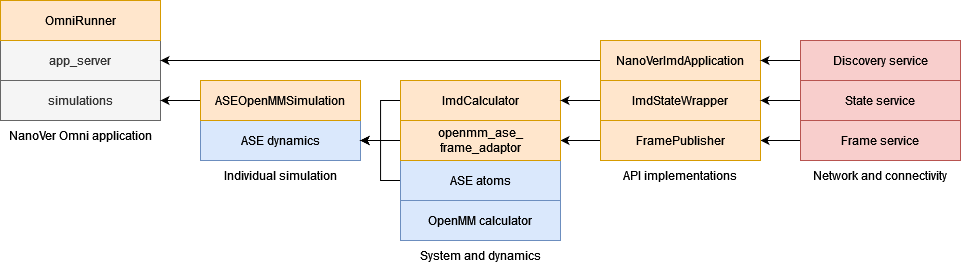
This is examples/fundamentals/images/nanover-ase.png from IRL2/nanover-server-py, a draw.io export, as it was before one commit. Source tidied: cells renumbered, new cells last; positions are measured from the earlier drawing's top-left corner, leaving out a move shared by most shapes. The source it was exported from:
```xml
<mxGraphModel>
  <root>
    <mxCell id="0" />
    <mxCell id="1" parent="0" />
    <mxCell id="2" value="&lt;div&gt;app_server&lt;/div&gt;" style="rounded=0;whiteSpace=wrap;html=1;fillColor=#f5f5f5;fontColor=#333333;strokeColor=#666666;" parent="1" vertex="1">
      <mxGeometry y="40" width="160" height="40" as="geometry" />
    </mxCell>
    <mxCell id="3" value="&lt;div&gt;simulations&lt;/div&gt;" style="rounded=0;whiteSpace=wrap;html=1;fillColor=#f5f5f5;fontColor=#333333;strokeColor=#666666;" parent="1" vertex="1">
      <mxGeometry y="80" width="160" height="40" as="geometry" />
    </mxCell>
    <mxCell id="4" value="&lt;div&gt;OmniRunner&lt;/div&gt;" style="rounded=0;whiteSpace=wrap;html=1;fillColor=#ffe6cc;strokeColor=#d79b00;" parent="1" vertex="1">
      <mxGeometry width="160" height="40" as="geometry" />
    </mxCell>
    <mxCell id="5" style="edgeStyle=orthogonalEdgeStyle;rounded=0;jettySize=auto;html=1;exitX=0;exitY=0.5;exitDx=0;exitDy=0;entryX=1;entryY=0.5;entryDx=0;entryDy=0;" parent="1" edge="1" source="20" target="2">
      <mxGeometry relative="1" as="geometry" />
    </mxCell>
    <mxCell id="6" style="edgeStyle=orthogonalEdgeStyle;rounded=0;jettySize=auto;html=1;exitX=0;exitY=0.5;exitDx=0;exitDy=0;entryX=1;entryY=0.5;entryDx=0;entryDy=0;" parent="1" edge="1" source="10" target="3">
      <mxGeometry relative="1" as="geometry" />
    </mxCell>
    <mxCell id="7" value="&lt;div&gt;ASE dynamics&lt;/div&gt;" style="rounded=0;whiteSpace=wrap;html=1;fillColor=#dae8fc;strokeColor=#6c8ebf;" parent="1" vertex="1">
      <mxGeometry x="200" y="120" width="160" height="40" as="geometry" />
    </mxCell>
    <mxCell id="8" style="edgeStyle=orthogonalEdgeStyle;rounded=0;jettySize=auto;html=1;exitX=0;exitY=0.5;exitDx=0;exitDy=0;entryX=1;entryY=0.5;entryDx=0;entryDy=0;" parent="1" edge="1" source="9" target="7">
      <mxGeometry relative="1" as="geometry" />
    </mxCell>
    <mxCell id="9" value="&lt;div&gt;ASE atoms&lt;/div&gt;" style="rounded=0;whiteSpace=wrap;html=1;fillColor=#dae8fc;strokeColor=#6c8ebf;" parent="1" vertex="1">
      <mxGeometry x="400" y="160" width="160" height="40" as="geometry" />
    </mxCell>
    <mxCell id="10" value="&lt;div&gt;ASEOpenMMSimulation&lt;/div&gt;" style="rounded=0;whiteSpace=wrap;html=1;fillColor=#ffe6cc;strokeColor=#d79b00;" parent="1" vertex="1">
      <mxGeometry x="200" y="80" width="160" height="40" as="geometry" />
    </mxCell>
    <mxCell id="11" style="edgeStyle=orthogonalEdgeStyle;rounded=0;jettySize=auto;html=1;exitX=0;exitY=0.5;exitDx=0;exitDy=0;entryX=1;entryY=0.5;entryDx=0;entryDy=0;" parent="1" edge="1" source="12" target="7">
      <mxGeometry relative="1" as="geometry" />
    </mxCell>
    <mxCell id="12" value="ImdCalculator" style="rounded=0;whiteSpace=wrap;html=1;fillColor=#ffe6cc;strokeColor=#d79b00;" parent="1" vertex="1">
      <mxGeometry x="400" y="80" width="160" height="40" as="geometry" />
    </mxCell>
    <mxCell id="13" value="&lt;div&gt;OpenMM calculator&lt;/div&gt;" style="rounded=0;whiteSpace=wrap;html=1;fillColor=#dae8fc;strokeColor=#6c8ebf;" parent="1" vertex="1">
      <mxGeometry x="400" y="200" width="160" height="40" as="geometry" />
    </mxCell>
    <mxCell id="14" style="edgeStyle=orthogonalEdgeStyle;rounded=0;jettySize=auto;html=1;exitX=0;exitY=0.5;exitDx=0;exitDy=0;entryX=1;entryY=0.5;entryDx=0;entryDy=0;" parent="1" edge="1" source="15" target="12">
      <mxGeometry relative="1" as="geometry" />
    </mxCell>
    <mxCell id="15" value="ImdStateWrapper" style="rounded=0;whiteSpace=wrap;html=1;fillColor=#ffe6cc;strokeColor=#d79b00;" parent="1" vertex="1">
      <mxGeometry x="600" y="80" width="160" height="40" as="geometry" />
    </mxCell>
    <mxCell id="16" style="edgeStyle=orthogonalEdgeStyle;rounded=0;jettySize=auto;html=1;exitX=0;exitY=0.5;exitDx=0;exitDy=0;entryX=1;entryY=0.5;entryDx=0;entryDy=0;" parent="1" edge="1" source="17" target="15">
      <mxGeometry relative="1" as="geometry" />
    </mxCell>
    <mxCell id="17" value="&lt;div&gt;State service&lt;/div&gt;" style="rounded=0;whiteSpace=wrap;html=1;fillColor=#f8cecc;strokeColor=#b85450;" parent="1" vertex="1">
      <mxGeometry x="800" y="80" width="160" height="40" as="geometry" />
    </mxCell>
    <mxCell id="18" style="edgeStyle=orthogonalEdgeStyle;rounded=0;jettySize=auto;html=1;exitX=0;exitY=0.5;exitDx=0;exitDy=0;entryX=1;entryY=0.5;entryDx=0;entryDy=0;" parent="1" edge="1" source="19" target="22">
      <mxGeometry relative="1" as="geometry" />
    </mxCell>
    <mxCell id="19" value="Frame service" style="rounded=0;whiteSpace=wrap;html=1;fillColor=#f8cecc;strokeColor=#b85450;" parent="1" vertex="1">
      <mxGeometry x="800" y="120" width="160" height="40" as="geometry" />
    </mxCell>
    <mxCell id="20" value="&lt;div&gt;NanoVerImdApplication&lt;/div&gt;" style="rounded=0;whiteSpace=wrap;html=1;fillColor=#ffe6cc;strokeColor=#d79b00;" parent="1" vertex="1">
      <mxGeometry x="600" y="40" width="160" height="40" as="geometry" />
    </mxCell>
    <mxCell id="21" style="edgeStyle=orthogonalEdgeStyle;rounded=0;jettySize=auto;html=1;exitX=0;exitY=0.5;exitDx=0;exitDy=0;entryX=1;entryY=0.5;entryDx=0;entryDy=0;" parent="1" edge="1" source="22" target="24">
      <mxGeometry relative="1" as="geometry">
        <Array as="points">
          <mxPoint x="680" y="140" />
          <mxPoint x="680" y="140" />
        </Array>
      </mxGeometry>
    </mxCell>
    <mxCell id="22" value="FramePublisher" style="rounded=0;whiteSpace=wrap;html=1;fillColor=#ffe6cc;strokeColor=#d79b00;" parent="1" vertex="1">
      <mxGeometry x="600" y="120" width="160" height="40" as="geometry" />
    </mxCell>
    <mxCell id="23" style="edgeStyle=orthogonalEdgeStyle;rounded=0;jettySize=auto;html=1;exitX=0;exitY=0.5;exitDx=0;exitDy=0;" parent="1" edge="1" source="24">
      <mxGeometry relative="1" as="geometry">
        <mxPoint x="360" y="140" as="targetPoint" />
      </mxGeometry>
    </mxCell>
    <mxCell id="24" value="&lt;div&gt;openmm_ase_&lt;/div&gt;&lt;div&gt;frame_adaptor&lt;/div&gt;" style="rounded=0;whiteSpace=wrap;html=1;fillColor=#ffe6cc;strokeColor=#d79b00;" parent="1" vertex="1">
      <mxGeometry x="400" y="120" width="160" height="40" as="geometry" />
    </mxCell>
    <mxCell id="25" style="edgeStyle=orthogonalEdgeStyle;rounded=0;jettySize=auto;html=1;exitX=0;exitY=0.5;exitDx=0;exitDy=0;entryX=1;entryY=0.5;entryDx=0;entryDy=0;" parent="1" edge="1" source="26" target="20">
      <mxGeometry relative="1" as="geometry" />
    </mxCell>
    <mxCell id="26" value="&lt;div&gt;Discovery service&lt;/div&gt;" style="rounded=0;whiteSpace=wrap;html=1;fillColor=#f8cecc;strokeColor=#b85450;" parent="1" vertex="1">
      <mxGeometry x="800" y="40" width="160" height="40" as="geometry" />
    </mxCell>
    <mxCell id="27" value="Network and connectivity" style="text;html=1;align=center;verticalAlign=middle;whiteSpace=wrap;rounded=0;" parent="1" vertex="1">
      <mxGeometry x="800" y="160" width="160" height="30" as="geometry" />
    </mxCell>
    <mxCell id="28" value="Individual simulation" style="text;html=1;align=center;verticalAlign=middle;whiteSpace=wrap;rounded=0;" parent="1" vertex="1">
      <mxGeometry x="200" y="160" width="160" height="30" as="geometry" />
    </mxCell>
    <mxCell id="29" value="NanoVer Omni application" style="text;html=1;align=center;verticalAlign=middle;whiteSpace=wrap;rounded=0;" parent="1" vertex="1">
      <mxGeometry y="120" width="160" height="30" as="geometry" />
    </mxCell>
    <mxCell id="30" value="System and dynamics" style="text;html=1;align=center;verticalAlign=middle;whiteSpace=wrap;rounded=0;" parent="1" vertex="1">
      <mxGeometry x="400" y="240" width="160" height="30" as="geometry" />
    </mxCell>
    <mxCell id="31" value="API implementations" style="text;html=1;align=center;verticalAlign=middle;whiteSpace=wrap;rounded=0;" parent="1" vertex="1">
      <mxGeometry x="600" y="160" width="160" height="30" as="geometry" />
    </mxCell>
  </root>
</mxGraphModel>
```
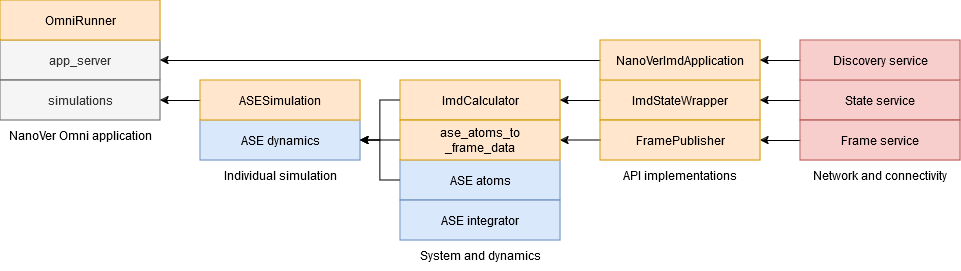
After the commit.

Commit message:
Update diagram to remove references to ASEOpenMM

Diff of the diagram source:
```diff
@@ -26,7 +26,7 @@
     <mxCell id="9" value="&lt;div&gt;ASE atoms&lt;/div&gt;" style="rounded=0;whiteSpace=wrap;html=1;fillColor=#dae8fc;strokeColor=#6c8ebf;" parent="1" vertex="1">
       <mxGeometry x="400" y="160" width="160" height="40" as="geometry" />
     </mxCell>
-    <mxCell id="10" value="&lt;div&gt;ASEOpenMMSimulation&lt;/div&gt;" style="rounded=0;whiteSpace=wrap;html=1;fillColor=#ffe6cc;strokeColor=#d79b00;" parent="1" vertex="1">
+    <mxCell id="10" value="&lt;div&gt;ASESimulation&lt;/div&gt;" style="rounded=0;whiteSpace=wrap;html=1;fillColor=#ffe6cc;strokeColor=#d79b00;" parent="1" vertex="1">
       <mxGeometry x="200" y="80" width="160" height="40" as="geometry" />
     </mxCell>
     <mxCell id="11" style="edgeStyle=orthogonalEdgeStyle;rounded=0;jettySize=auto;html=1;exitX=0;exitY=0.5;exitDx=0;exitDy=0;entryX=1;entryY=0.5;entryDx=0;entryDy=0;" parent="1" edge="1" source="12" target="7">
@@ -35,7 +35,7 @@
     <mxCell id="12" value="ImdCalculator" style="rounded=0;whiteSpace=wrap;html=1;fillColor=#ffe6cc;strokeColor=#d79b00;" parent="1" vertex="1">
       <mxGeometry x="400" y="80" width="160" height="40" as="geometry" />
     </mxCell>
-    <mxCell id="13" value="&lt;div&gt;OpenMM calculator&lt;/div&gt;" style="rounded=0;whiteSpace=wrap;html=1;fillColor=#dae8fc;strokeColor=#6c8ebf;" parent="1" vertex="1">
+    <mxCell id="13" value="ASE integrator" style="rounded=0;whiteSpace=wrap;html=1;fillColor=#dae8fc;strokeColor=#6c8ebf;" parent="1" vertex="1">
       <mxGeometry x="400" y="200" width="160" height="40" as="geometry" />
     </mxCell>
     <mxCell id="14" style="edgeStyle=orthogonalEdgeStyle;rounded=0;jettySize=auto;html=1;exitX=0;exitY=0.5;exitDx=0;exitDy=0;entryX=1;entryY=0.5;entryDx=0;entryDy=0;" parent="1" edge="1" source="15" target="12">
@@ -75,7 +75,7 @@
         <mxPoint x="360" y="140" as="targetPoint" />
       </mxGeometry>
     </mxCell>
-    <mxCell id="24" value="&lt;div&gt;openmm_ase_&lt;/div&gt;&lt;div&gt;frame_adaptor&lt;/div&gt;" style="rounded=0;whiteSpace=wrap;html=1;fillColor=#ffe6cc;strokeColor=#d79b00;" parent="1" vertex="1">
+    <mxCell id="24" value="&lt;div&gt;ase_atoms_to&lt;/div&gt;&lt;div&gt;_frame_data&lt;/div&gt;" style="rounded=0;whiteSpace=wrap;html=1;fillColor=#ffe6cc;strokeColor=#d79b00;" parent="1" vertex="1">
       <mxGeometry x="400" y="120" width="160" height="40" as="geometry" />
     </mxCell>
     <mxCell id="25" style="edgeStyle=orthogonalEdgeStyle;rounded=0;jettySize=auto;html=1;exitX=0;exitY=0.5;exitDx=0;exitDy=0;entryX=1;entryY=0.5;entryDx=0;entryDy=0;" parent="1" edge="1" source="26" target="20">
```
